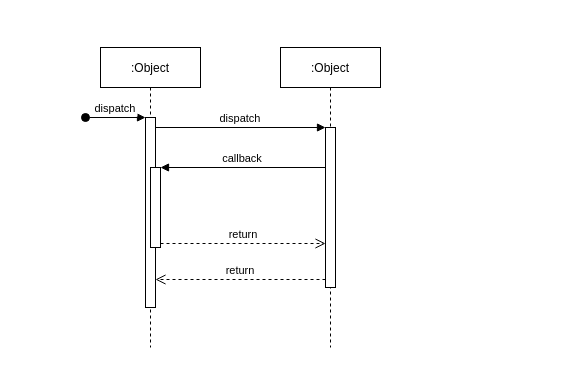
Before: Untitled Diagram.drawio in lancezhcj/JAVA, a draw.io diagram. Source tidied: cells renumbered, new cells numbered last; positions are measured from the earlier drawing's top-left corner, leaving out a move shared by most shapes. Both pictures are drawn from the tidied source at 100%, with x=0, y=0 at pixel (85, 47).
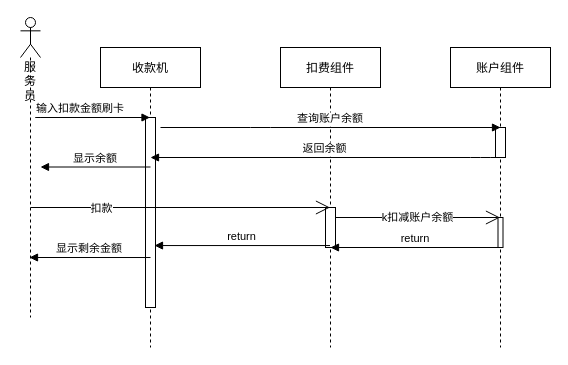
The same diagram, later.

The change refers to these unchanged cells:
```xml
<mxCell id="3" style="points=[];perimeter=orthogonalPerimeter;rounded=0;shadow=0;strokeWidth=1;" parent="2" vertex="1">
  <mxGeometry x="45" y="70" width="10" height="190" as="geometry" />
</mxCell>
```

Change to the diagram source:
```diff
@@
-    <mxCell id="2" value=":Object" style="shape=umlLifeline;perimeter=lifelinePerimeter;rounded=0;shadow=0;strokeWidth=1;" parent="1" vertex="1">
+    <mxCell id="2" value="收款机" style="shape=umlLifeline;perimeter=lifelinePerimeter;rounded=0;shadow=0;strokeWidth=1;" parent="1" vertex="1">
       <mxGeometry x="15" width="100" height="300" as="geometry" />
     </mxCell>
@@
-    <mxCell id="4" value="dispatch" style="verticalAlign=bottom;startArrow=oval;endArrow=block;startSize=8;shadow=0;strokeWidth=1;" parent="2" edge="1" target="3">
-      <mxGeometry relative="1" as="geometry">
-        <mxPoint x="-15" y="70" as="sourcePoint" />
-      </mxGeometry>
-    </mxCell>
-    <mxCell id="5" style="points=[];perimeter=orthogonalPerimeter;rounded=0;shadow=0;strokeWidth=1;" parent="2" vertex="1">
-      <mxGeometry x="50" y="120" width="10" height="80" as="geometry" />
-    </mxCell>
-    <mxCell id="6" value=":Object" style="shape=umlLifeline;perimeter=lifelinePerimeter;rounded=0;shadow=0;strokeWidth=1;" parent="1" vertex="1">
+    <mxCell id="6" value="扣费组件" style="shape=umlLifeline;perimeter=lifelinePerimeter;rounded=0;shadow=0;strokeWidth=1;" parent="1" vertex="1">
       <mxGeometry x="195" width="100" height="300" as="geometry" />
     </mxCell>
-    <mxCell id="7" style="points=[];perimeter=orthogonalPerimeter;rounded=0;shadow=0;strokeWidth=1;" parent="6" vertex="1">
-      <mxGeometry x="45" y="80" width="10" height="160" as="geometry" />
-    </mxCell>
-    <mxCell id="8" value="return" style="verticalAlign=bottom;endArrow=open;dashed=1;endSize=8;exitX=0;exitY=0.95;shadow=0;strokeWidth=1;" parent="1" edge="1" source="7" target="3">
-      <mxGeometry relative="1" as="geometry" />
-    </mxCell>
-    <mxCell id="9" value="dispatch" style="verticalAlign=bottom;endArrow=block;entryX=0;entryY=0;shadow=0;strokeWidth=1;" parent="1" edge="1" source="3" target="7">
-      <mxGeometry relative="1" as="geometry" />
-    </mxCell>
-    <mxCell id="10" value="callback" style="verticalAlign=bottom;endArrow=block;entryX=1;entryY=0;shadow=0;strokeWidth=1;" parent="1" edge="1" source="7" target="5">
-      <mxGeometry relative="1" as="geometry" />
-    </mxCell>
-    <mxCell id="11" value="return" style="verticalAlign=bottom;endArrow=open;dashed=1;endSize=8;exitX=1;exitY=0.95;shadow=0;strokeWidth=1;" parent="1" edge="1" source="5" target="7">
-      <mxGeometry relative="1" as="geometry" />
-    </mxCell>
+    <mxCell id="12" value="k扣减账户余额" style="endArrow=open;endFill=1;endSize=12;html=1;" parent="6" edge="1" target="14">
+      <mxGeometry relative="1" as="geometry">
+        <mxPoint x="55" y="170" as="sourcePoint" />
+      </mxGeometry>
+    </mxCell>
+    <mxCell id="13" style="perimeter=orthogonalPerimeter;rounded=0;shadow=0;strokeWidth=1;" parent="6" vertex="1">
+      <mxGeometry x="45" y="160" width="10" height="40" as="geometry" />
+    </mxCell>
+    <mxCell id="14" value="账户组件" style="shape=umlLifeline;perimeter=lifelinePerimeter;rounded=0;shadow=0;strokeWidth=1;" parent="1" vertex="1">
+      <mxGeometry x="365" width="100" height="300" as="geometry" />
+    </mxCell>
+    <mxCell id="15" style="perimeter=orthogonalPerimeter;rounded=0;shadow=0;strokeWidth=1;" parent="14" vertex="1">
+      <mxGeometry x="45" y="80" width="10" height="30" as="geometry" />
+    </mxCell>
+    <mxCell id="16" style="perimeter=orthogonalPerimeter;rounded=0;shadow=0;strokeWidth=1;" parent="14" vertex="1">
+      <mxGeometry x="47.5" y="170" width="5" height="30" as="geometry" />
+    </mxCell>
+    <mxCell id="17" value="查询账户余额" style="verticalAlign=bottom;endArrow=block;shadow=0;strokeWidth=1;" parent="1" edge="1">
+      <mxGeometry relative="1" as="geometry">
+        <mxPoint x="75" y="80" as="sourcePoint" />
+        <mxPoint x="415" y="80" as="targetPoint" />
+        <Array as="points">
+          <mxPoint x="175" y="80" />
+        </Array>
+      </mxGeometry>
+    </mxCell>
+    <mxCell id="18" value="返回余额" style="verticalAlign=bottom;endArrow=block;entryX=1;entryY=0;shadow=0;strokeWidth=1;" parent="1" edge="1" source="14">
+      <mxGeometry relative="1" as="geometry">
+        <mxPoint x="65" y="110" as="targetPoint" />
+        <Array as="points">
+          <mxPoint x="395" y="110" />
+        </Array>
+      </mxGeometry>
+    </mxCell>
+    <mxCell id="19" value="服务员" style="shape=umlLifeline;participant=umlActor;perimeter=lifelinePerimeter;whiteSpace=wrap;html=1;verticalAlign=top;spacingTop=36;" parent="1" vertex="1">
+      <mxGeometry x="-65" y="-30" width="20" height="300" as="geometry" />
+    </mxCell>
+    <mxCell id="20" value="输入扣款金额刷卡" style="verticalAlign=bottom;endArrow=block;shadow=0;strokeWidth=1;" parent="1" edge="1" target="2">
+      <mxGeometry relative="1" as="geometry">
+        <mxPoint x="-35" y="70" as="sourcePoint" />
+        <Array as="points">
+          <mxPoint x="-55" y="70" />
+        </Array>
+      </mxGeometry>
+    </mxCell>
+    <mxCell id="21" value="显示余额" style="verticalAlign=bottom;endArrow=block;shadow=0;strokeWidth=1;" parent="1" edge="1">
+      <mxGeometry relative="1" as="geometry">
+        <mxPoint x="65" y="119.5" as="sourcePoint" />
+        <mxPoint x="-45" y="119.5" as="targetPoint" />
+      </mxGeometry>
+    </mxCell>
+    <mxCell id="22" style="endArrow=open;endFill=1;endSize=12;html=1;" parent="1" edge="1" target="6">
+      <mxGeometry relative="1" as="geometry">
+        <mxPoint x="-55" y="160" as="sourcePoint" />
+      </mxGeometry>
+    </mxCell>
+    <mxCell id="23" value="扣款" style="edgeLabel;html=1;align=center;verticalAlign=middle;" parent="22" vertex="1">
+      <mxGeometry x="-0.53" relative="1" as="geometry" />
+    </mxCell>
+    <mxCell id="24" value="return" style="verticalAlign=bottom;endArrow=block;entryX=1;entryY=0;shadow=0;strokeWidth=1;" parent="1" edge="1">
+      <mxGeometry relative="1" as="geometry">
+        <mxPoint x="415" y="200" as="sourcePoint" />
+        <mxPoint x="245" y="200" as="targetPoint" />
+      </mxGeometry>
+    </mxCell>
+    <mxCell id="25" value="return" style="verticalAlign=bottom;endArrow=block;entryX=0.9;entryY=0.674;shadow=0;strokeWidth=1;entryDx=0;entryDy=0;entryPerimeter=0;" parent="1" edge="1" source="6" target="3">
+      <mxGeometry relative="1" as="geometry" />
+    </mxCell>
+    <mxCell id="26" value="显示剩余金额" style="verticalAlign=bottom;endArrow=block;shadow=0;strokeWidth=1;exitX=0.5;exitY=0.737;exitDx=0;exitDy=0;exitPerimeter=0;" parent="1" edge="1" source="3">
+      <mxGeometry relative="1" as="geometry">
+        <mxPoint x="-56" y="210" as="targetPoint" />
+      </mxGeometry>
+    </mxCell>
```
